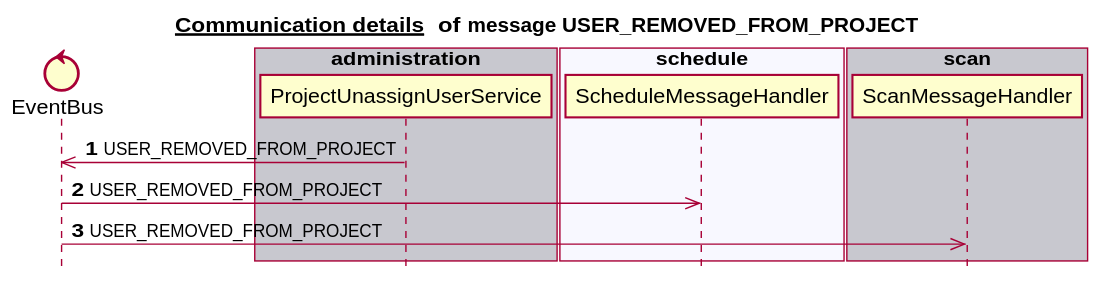
The PlantUML diagram docs/latest/images/gen_domain_messaging_user_removed_from_project.svg in mercedes-benz/sechub, before a commit.
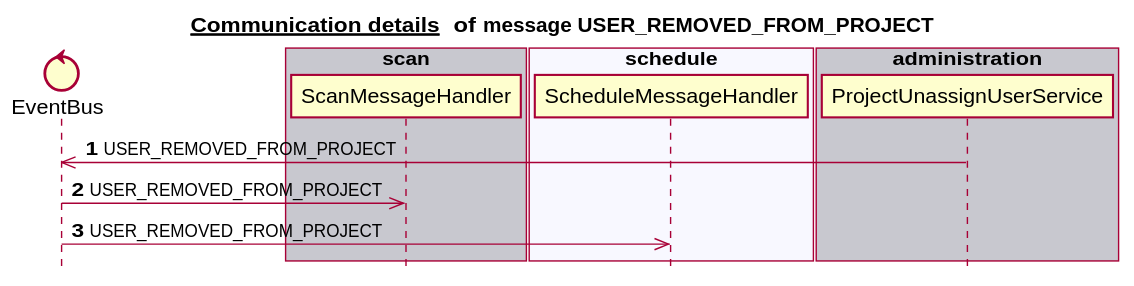
The same diagram one commit later.

Change to the diagram source:
```diff
@@ -6,23 +6,23 @@
 
 
 control EventBus
-box "notification" #C8C8CF
+box "scan" #C8C8CF
+   participant ScanMessageHandler
 end box
-box "authorization" #F8F8FF
+box "schedule" #F8F8FF
+   participant ScheduleMessageHandler
+end box
+box "authorization" #C8C8CF
+end box
+box "notification" #F8F8FF
 end box
 box "administration" #C8C8CF
    participant ProjectUnassignUserService
 end box
-box "schedule" #F8F8FF
-   participant ScheduleMessageHandler
-end box
-box "scan" #C8C8CF
-   participant ScanMessageHandler
-end box
 autonumber 1
 ProjectUnassignUserService ->> EventBus:USER_REMOVED_FROM_PROJECT
+EventBus ->> ScanMessageHandler:USER_REMOVED_FROM_PROJECT
 EventBus ->> ScheduleMessageHandler:USER_REMOVED_FROM_PROJECT
-EventBus ->> ScanMessageHandler:USER_REMOVED_FROM_PROJECT
 autonumber stop
 
 
```
